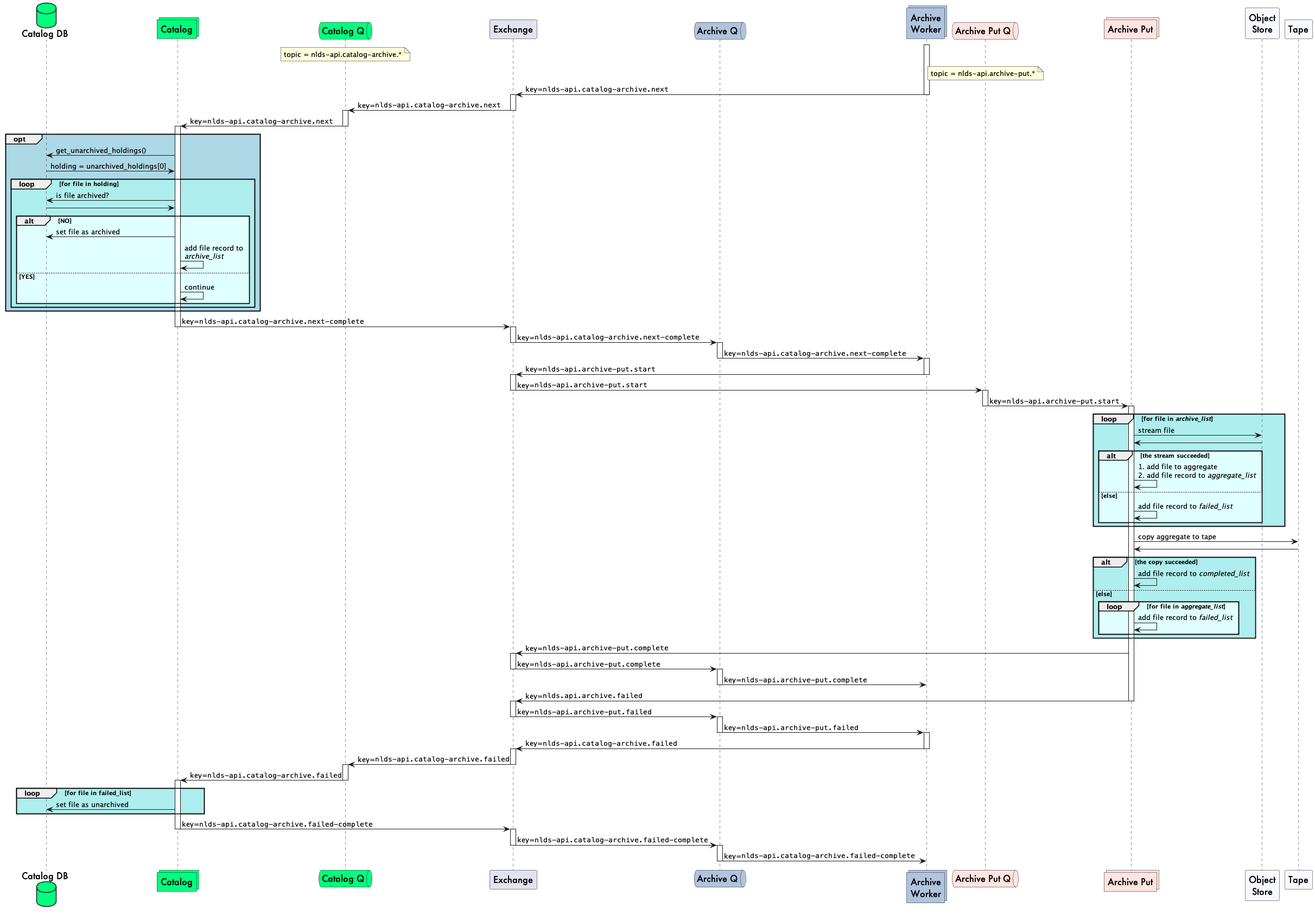
The PlantUML diagram docs/spec/uml/message_flow_archive_put.png in cedadev/nlds, before a commit.
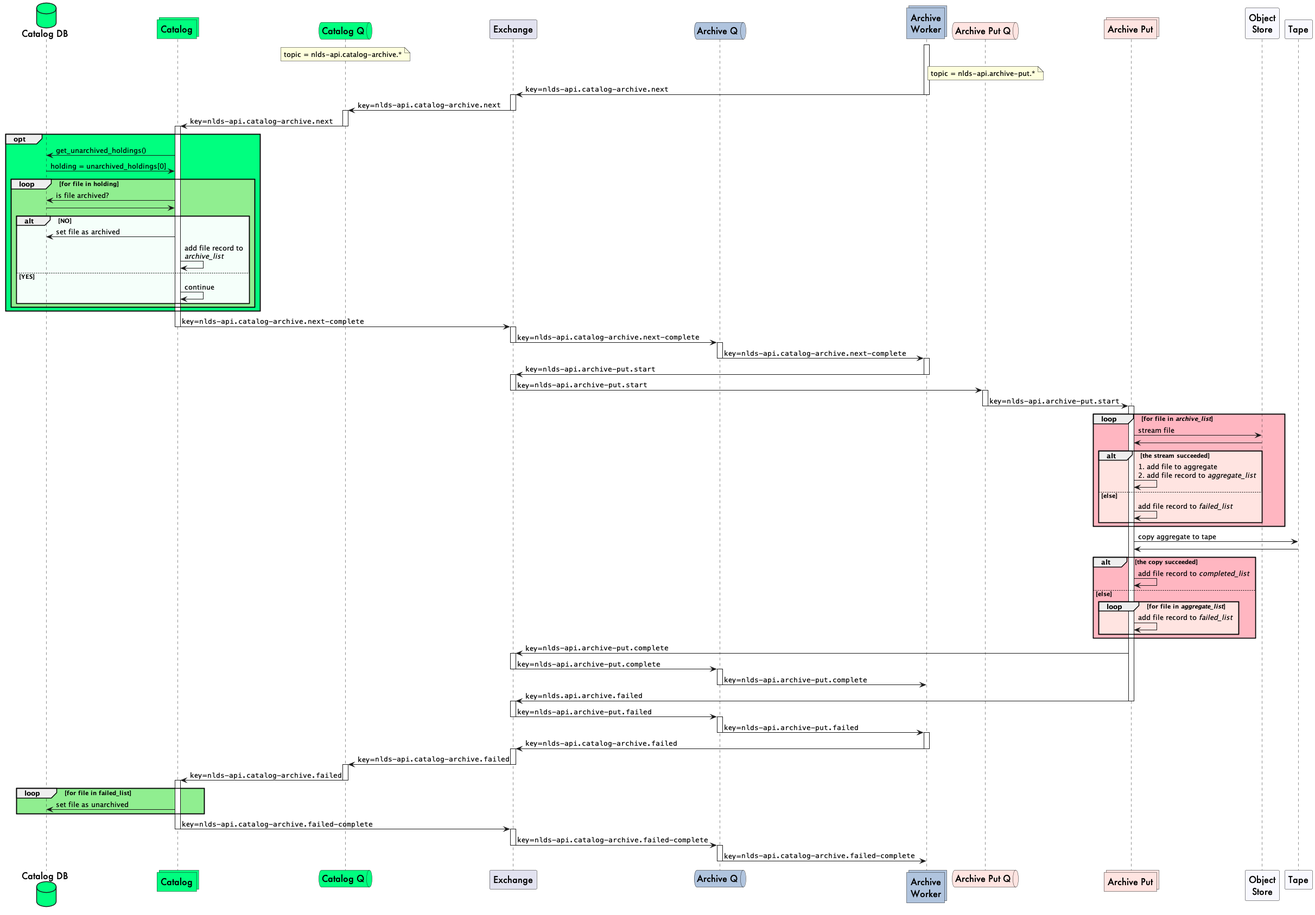
The same diagram one commit later.

Commit message:
Updated flow diagrams

Change to the diagram source:
```diff
@@ -50,13 +50,13 @@
 deactivate qc
 
 activate catalog
-opt #lightblue
+opt #SpringGreen
     catalog -> catalog_db : get_unarchived_holdings()
     catalog_db -> catalog : holding = unarchived_holdings[0]
-    loop #PaleTurquoise for file in holding
+    loop #LightGreen for file in holding
         catalog -> catalog_db : is file archived?
         catalog_db -> catalog
-        alt #lightcyan NO
+        alt #MintCream NO
             catalog -> catalog_db : set file as archived
             catalog -> catalog : add file record to\n//archive_list//
         else YES
@@ -88,10 +88,10 @@
 deactivate qap
 
 activate archive_puts
-loop #PaleTurquoise for file in //archive_list//
+loop #LightPink for file in //archive_list//
     archive_puts -> obj : stream file
     obj -> archive_puts
-    alt #lightcyan the stream succeeded
+    alt #MistyRose the stream succeeded
         archive_puts->archive_puts : 1. add file to aggregate\n2. add file record to //aggregate_list//
     else else
         archive_puts->archive_puts : add file record to //failed_list//
@@ -100,10 +100,10 @@
 
 archive_puts -> tape : copy aggregate to tape
 tape -> archive_puts
-alt #PaleTurquoise the copy succeeded
+alt #LightPink the copy succeeded
     archive_puts -> archive_puts : add file record to //completed_list//
 else else
-    loop #lightcyan for file in //aggregate_list//
+    loop #MistyRose for file in //aggregate_list//
         archive_puts -> archive_puts : add file record to //failed_list//
     end
 end
@@ -140,7 +140,7 @@
 deactivate qc
 
 activate catalog
-loop #PaleTurquoise for file in failed_list
+loop #LightGreen for file in failed_list
 catalog -> catalog_db : set file as unarchived
 end
 catalog -> wex : key=""nlds-api.catalog-archive.failed-complete""
```
